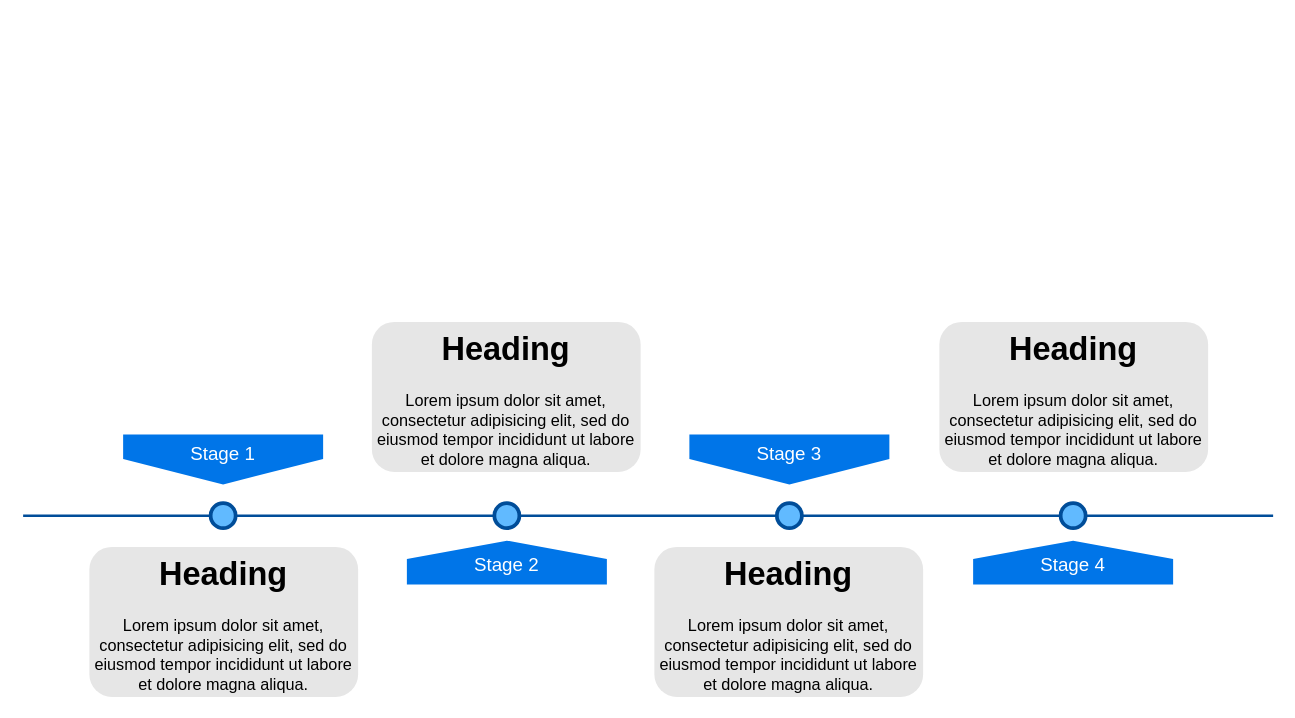
Earlier version of the draw.io diagram HKM-Timeline.drawio (DaleLin93/Storages). Source tidied: cells renumbered, new cells numbered last; positions are measured from the earlier drawing's top-left corner, leaving out a move shared by most shapes. Both pictures are drawn from the tidied source at 125%, with x=0, y=0 at pixel (22, 321).
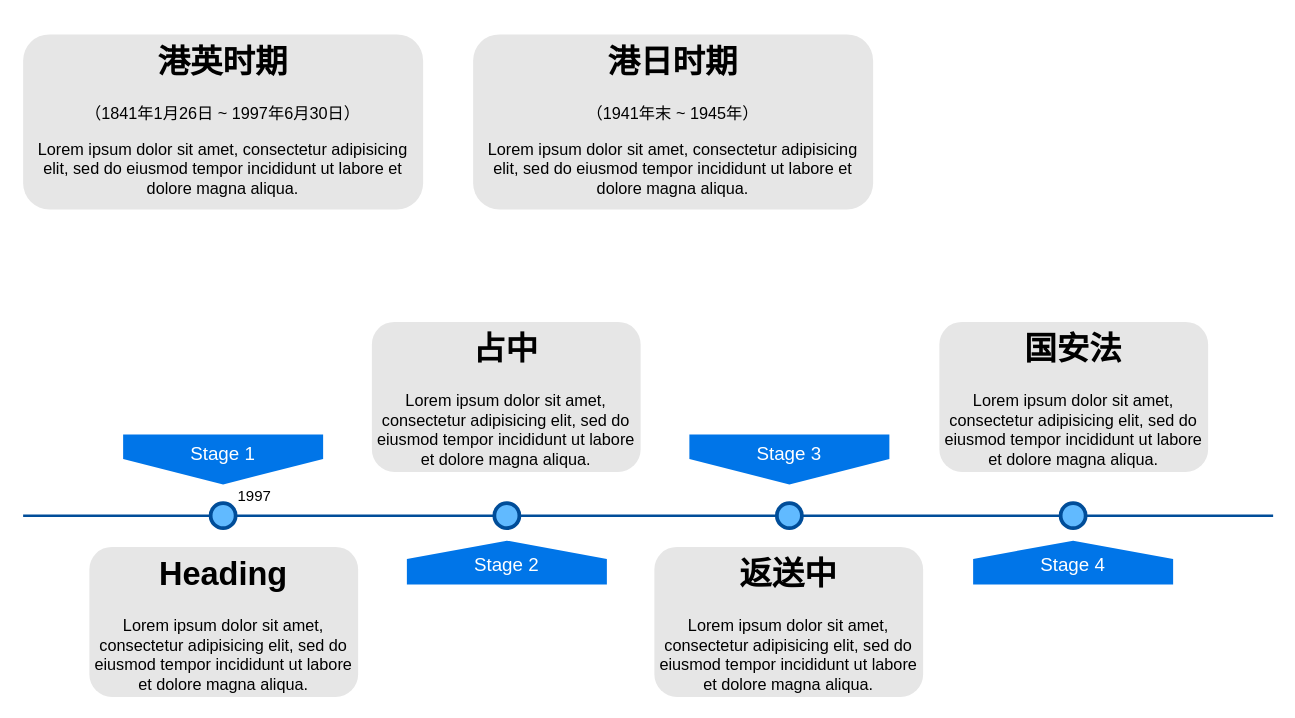
The same diagram, later.

Change to the diagram source:
```diff
@@
 <mxGraphModel>
   <root>
     <mxCell id="0" />
     <mxCell id="1" parent="0" />
     <mxCell id="2" style="line;strokeWidth=2;html=1;fillColor=none;fontSize=28;fontColor=#004D99;strokeColor=#004D99;" parent="1" vertex="1">
       <mxGeometry y="150" width="1000" height="10" as="geometry" />
     </mxCell>
     <mxCell id="3" value="Stage 1" style="shape=offPageConnector;whiteSpace=wrap;html=1;fillColor=#0075E8;fontSize=15;fontColor=#FFFFFF;size=0.5093750000000015;verticalAlign=top;strokeColor=none;" parent="1" vertex="1">
       <mxGeometry x="80" y="90" width="160" height="40" as="geometry" />
     </mxCell>
     <mxCell id="4" value="&lt;span&gt;Stage 3&lt;/span&gt;" style="shape=offPageConnector;whiteSpace=wrap;html=1;fillColor=#0075E8;fontSize=15;fontColor=#FFFFFF;size=0.5093750000000015;verticalAlign=top;strokeColor=none;" parent="1" vertex="1">
       <mxGeometry x="533" y="90" width="160" height="40" as="geometry" />
     </mxCell>
     <mxCell id="5" value="&lt;span&gt;Stage 2&lt;/span&gt;" style="shape=offPageConnector;whiteSpace=wrap;html=1;fillColor=#0075E8;fontSize=15;fontColor=#FFFFFF;size=0.4178571428571445;flipV=1;verticalAlign=bottom;strokeColor=none;spacingBottom=4;" parent="1" vertex="1">
       <mxGeometry x="307" y="175" width="160" height="35" as="geometry" />
     </mxCell>
     <mxCell id="6" value="&lt;span&gt;Stage 4&lt;/span&gt;" style="shape=offPageConnector;whiteSpace=wrap;html=1;fillColor=#0075E8;fontSize=15;fontColor=#FFFFFF;size=0.4178571428571445;flipV=1;verticalAlign=bottom;strokeColor=none;spacingBottom=4;" parent="1" vertex="1">
       <mxGeometry x="760" y="175" width="160" height="35" as="geometry" />
     </mxCell>
     <mxCell id="7" style="ellipse;whiteSpace=wrap;html=1;fillColor=#61BAFF;fontSize=28;fontColor=#004D99;strokeWidth=3;strokeColor=#004D99;" parent="1" vertex="1">
       <mxGeometry x="150" y="145" width="20" height="20" as="geometry" />
     </mxCell>
     <mxCell id="8" style="ellipse;whiteSpace=wrap;html=1;fillColor=#61BAFF;fontSize=28;fontColor=#004D99;strokeWidth=3;strokeColor=#004D99;" parent="1" vertex="1">
       <mxGeometry x="377" y="145" width="20" height="20" as="geometry" />
     </mxCell>
     <mxCell id="9" style="ellipse;whiteSpace=wrap;html=1;fillColor=#61BAFF;fontSize=28;fontColor=#004D99;strokeWidth=3;strokeColor=#004D99;" parent="1" vertex="1">
       <mxGeometry x="603" y="145" width="20" height="20" as="geometry" />
     </mxCell>
     <mxCell id="10" style="ellipse;whiteSpace=wrap;html=1;fillColor=#61BAFF;fontSize=28;fontColor=#004D99;strokeWidth=3;strokeColor=#004D99;" parent="1" vertex="1">
       <mxGeometry x="830" y="145" width="20" height="20" as="geometry" />
     </mxCell>
     <mxCell id="11" value="&lt;h1&gt;Heading&lt;/h1&gt;&lt;p&gt;Lorem ipsum dolor sit amet, consectetur adipisicing elit, sed do eiusmod tempor incididunt ut labore et dolore magna aliqua.&lt;/p&gt;" style="text;html=1;spacing=5;spacingTop=-20;whiteSpace=wrap;overflow=hidden;strokeColor=none;strokeWidth=3;fillColor=#E6E6E6;fontSize=13;fontColor=#000000;align=center;rounded=1;" parent="1" vertex="1">
       <mxGeometry x="53" y="180" width="215" height="120" as="geometry" />
     </mxCell>
-    <mxCell id="12" value="&lt;h1&gt;Heading&lt;/h1&gt;&lt;p&gt;Lorem ipsum dolor sit amet, consectetur adipisicing elit, sed do eiusmod tempor incididunt ut labore et dolore magna aliqua.&lt;/p&gt;" style="text;html=1;spacing=5;spacingTop=-20;whiteSpace=wrap;overflow=hidden;strokeColor=none;strokeWidth=3;fillColor=#E6E6E6;fontSize=13;fontColor=#000000;align=center;rounded=1;" parent="1" vertex="1">
+    <mxCell id="12" value="&lt;h1&gt;占中&lt;/h1&gt;&lt;p&gt;Lorem ipsum dolor sit amet, consectetur adipisicing elit, sed do eiusmod tempor incididunt ut labore et dolore magna aliqua.&lt;/p&gt;" style="text;html=1;spacing=5;spacingTop=-20;whiteSpace=wrap;overflow=hidden;strokeColor=none;strokeWidth=3;fillColor=#E6E6E6;fontSize=13;fontColor=#000000;align=center;rounded=1;" parent="1" vertex="1">
       <mxGeometry x="279" width="215" height="120" as="geometry" />
     </mxCell>
-    <mxCell id="13" value="&lt;h1&gt;Heading&lt;/h1&gt;&lt;p&gt;Lorem ipsum dolor sit amet, consectetur adipisicing elit, sed do eiusmod tempor incididunt ut labore et dolore magna aliqua.&lt;/p&gt;" style="text;html=1;spacing=5;spacingTop=-20;whiteSpace=wrap;overflow=hidden;strokeColor=none;strokeWidth=3;fillColor=#E6E6E6;fontSize=13;fontColor=#000000;align=center;rounded=1;" parent="1" vertex="1">
+    <mxCell id="13" value="&lt;h1&gt;返送中&lt;/h1&gt;&lt;p&gt;Lorem ipsum dolor sit amet, consectetur adipisicing elit, sed do eiusmod tempor incididunt ut labore et dolore magna aliqua.&lt;/p&gt;" style="text;html=1;spacing=5;spacingTop=-20;whiteSpace=wrap;overflow=hidden;strokeColor=none;strokeWidth=3;fillColor=#E6E6E6;fontSize=13;fontColor=#000000;align=center;rounded=1;" parent="1" vertex="1">
       <mxGeometry x="505" y="180" width="215" height="120" as="geometry" />
     </mxCell>
-    <mxCell id="14" value="&lt;h1&gt;Heading&lt;/h1&gt;&lt;p&gt;Lorem ipsum dolor sit amet, consectetur adipisicing elit, sed do eiusmod tempor incididunt ut labore et dolore magna aliqua.&lt;/p&gt;" style="text;html=1;spacing=5;spacingTop=-20;whiteSpace=wrap;overflow=hidden;strokeColor=none;strokeWidth=3;fillColor=#E6E6E6;fontSize=13;fontColor=#000000;align=center;rounded=1;" parent="1" vertex="1">
+    <mxCell id="14" value="&lt;h1&gt;国安法&lt;/h1&gt;&lt;p&gt;Lorem ipsum dolor sit amet, consectetur adipisicing elit, sed do eiusmod tempor incididunt ut labore et dolore magna aliqua.&lt;/p&gt;" style="text;html=1;spacing=5;spacingTop=-20;whiteSpace=wrap;overflow=hidden;strokeColor=none;strokeWidth=3;fillColor=#E6E6E6;fontSize=13;fontColor=#000000;align=center;rounded=1;" parent="1" vertex="1">
       <mxGeometry x="733" width="215" height="120" as="geometry" />
     </mxCell>
+    <mxCell id="15" value="1997" style="text;html=1;align=left;verticalAlign=middle;whiteSpace=wrap;rounded=0;" parent="1" vertex="1">
+      <mxGeometry x="170" y="130" width="60" height="20" as="geometry" />
+    </mxCell>
+    <mxCell id="16" value="&lt;h1&gt;港英时期&lt;/h1&gt;&lt;div&gt;（1841年1月26日 ~ 1997年6月30日）&lt;/div&gt;&lt;p&gt;Lorem ipsum dolor sit amet, consectetur adipisicing elit, sed do eiusmod tempor incididunt ut labore et dolore magna aliqua.&lt;/p&gt;" style="text;html=1;spacing=5;spacingTop=-20;whiteSpace=wrap;overflow=hidden;strokeColor=none;strokeWidth=3;fillColor=#E6E6E6;fontSize=13;fontColor=#000000;align=center;rounded=1;" parent="1" vertex="1">
+      <mxGeometry y="-230" width="320" height="140" as="geometry" />
+    </mxCell>
+    <mxCell id="17" value="&lt;h1&gt;港日时期&lt;/h1&gt;&lt;div&gt;（1941年末 ~ 1945年）&lt;/div&gt;&lt;p&gt;Lorem ipsum dolor sit amet, consectetur adipisicing elit, sed do eiusmod tempor incididunt ut labore et dolore magna aliqua.&lt;/p&gt;" style="text;html=1;spacing=5;spacingTop=-20;whiteSpace=wrap;overflow=hidden;strokeColor=none;strokeWidth=3;fillColor=#E6E6E6;fontSize=13;fontColor=#000000;align=center;rounded=1;" parent="1" vertex="1">
+      <mxGeometry x="360" y="-230" width="320" height="140" as="geometry" />
+    </mxCell>
   </root>
 </mxGraphModel>
```
